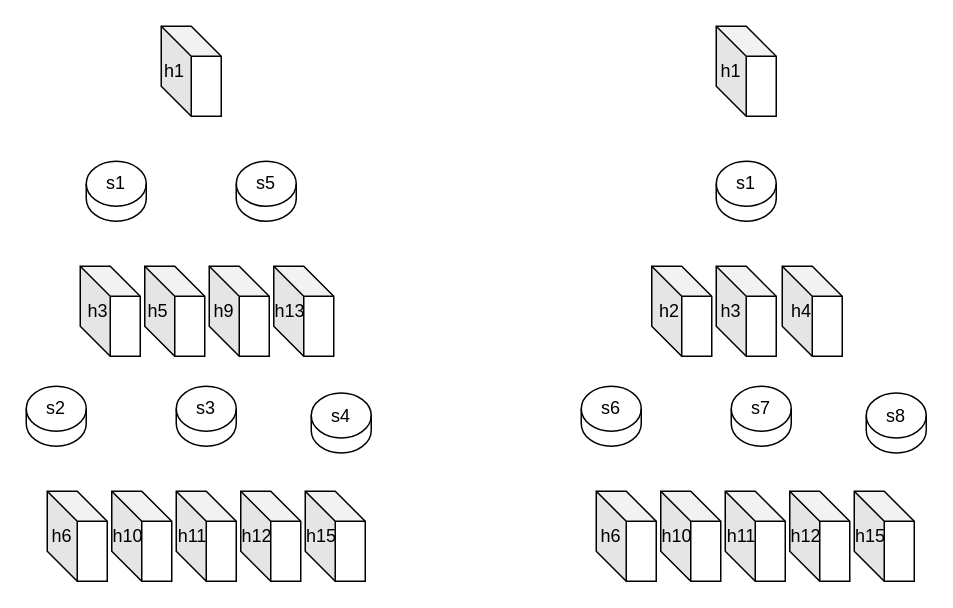
1398111846/paper keeps this draw.io diagram as bcube-route-01.drawio. Above is the earlier version. Source tidied: cells renumbered, new cells numbered last; positions are measured from the earlier drawing's top-left corner, leaving out a move shared by most shapes. Both pictures are drawn from the tidied source at 150%, with x=0, y=0 at pixel (26, 26).
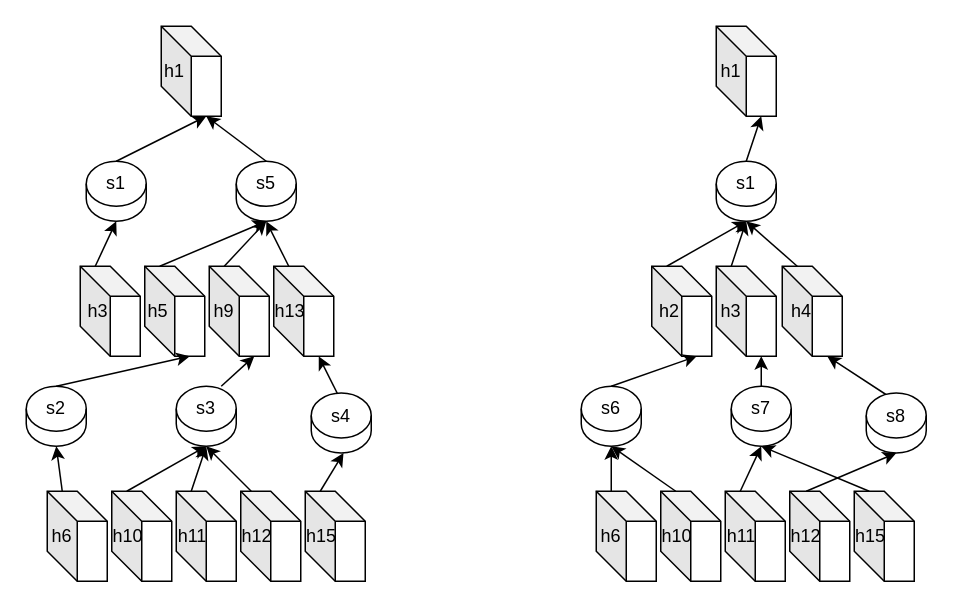
The same page after the edit.

Unchanged cells that the change refers to:
```xml
<mxCell id="2" style="shape=cube;whiteSpace=wrap;html=1;boundedLbl=1;backgroundOutline=1;darkOpacity=0.05;darkOpacity2=0.1;" parent="1" vertex="1">
<mxCell id="3" style="shape=cylinder3;whiteSpace=wrap;html=1;boundedLbl=1;backgroundOutline=1;size=15;" parent="1" vertex="1">
<mxCell id="4" style="shape=cube;whiteSpace=wrap;html=1;boundedLbl=1;backgroundOutline=1;darkOpacity=0.05;darkOpacity2=0.1;" parent="1" vertex="1">
<mxCell id="5" style="shape=cube;whiteSpace=wrap;html=1;boundedLbl=1;backgroundOutline=1;darkOpacity=0.05;darkOpacity2=0.1;" parent="1" vertex="1">
<mxCell id="6" style="shape=cube;whiteSpace=wrap;html=1;boundedLbl=1;backgroundOutline=1;darkOpacity=0.05;darkOpacity2=0.1;" parent="1" vertex="1">
<mxCell id="7" style="shape=cube;whiteSpace=wrap;html=1;boundedLbl=1;backgroundOutline=1;darkOpacity=0.05;darkOpacity2=0.1;" parent="1" vertex="1">
<mxCell id="8" style="shape=cube;whiteSpace=wrap;html=1;boundedLbl=1;backgroundOutline=1;darkOpacity=0.05;darkOpacity2=0.1;" parent="1" vertex="1">
<mxCell id="9" style="shape=cube;whiteSpace=wrap;html=1;boundedLbl=1;backgroundOutline=1;darkOpacity=0.05;darkOpacity2=0.1;" parent="1" vertex="1">
<mxCell id="10" style="shape=cube;whiteSpace=wrap;html=1;boundedLbl=1;backgroundOutline=1;darkOpacity=0.05;darkOpacity2=0.1;" parent="1" vertex="1">
<mxCell id="12" style="shape=cube;whiteSpace=wrap;html=1;boundedLbl=1;backgroundOutline=1;darkOpacity=0.05;darkOpacity2=0.1;" parent="1" vertex="1">
<mxCell id="13" style="shape=cylinder3;whiteSpace=wrap;html=1;boundedLbl=1;backgroundOutline=1;size=15;" parent="1" vertex="1">
<mxCell id="15" style="shape=cylinder3;whiteSpace=wrap;html=1;boundedLbl=1;backgroundOutline=1;size=15;" parent="1" vertex="1">
<mxCell id="16" style="shape=cylinder3;whiteSpace=wrap;html=1;boundedLbl=1;backgroundOutline=1;size=15;" parent="1" vertex="1">
<mxCell id="17" style="shape=cube;whiteSpace=wrap;html=1;boundedLbl=1;backgroundOutline=1;darkOpacity=0.05;darkOpacity2=0.1;" parent="1" vertex="1">
<mxCell id="18" style="shape=cylinder3;whiteSpace=wrap;html=1;boundedLbl=1;backgroundOutline=1;size=15;" parent="1" vertex="1">
<mxCell id="19" style="shape=cube;whiteSpace=wrap;html=1;boundedLbl=1;backgroundOutline=1;darkOpacity=0.05;darkOpacity2=0.1;" parent="1" vertex="1">
<mxCell id="20" style="shape=cube;whiteSpace=wrap;html=1;boundedLbl=1;backgroundOutline=1;darkOpacity=0.05;darkOpacity2=0.1;" parent="1" vertex="1">
<mxCell id="21" style="shape=cube;whiteSpace=wrap;html=1;boundedLbl=1;backgroundOutline=1;darkOpacity=0.05;darkOpacity2=0.1;" parent="1" vertex="1">
<mxCell id="22" style="shape=cylinder3;whiteSpace=wrap;html=1;boundedLbl=1;backgroundOutline=1;size=15;" parent="1" vertex="1">
<mxCell id="23" style="shape=cylinder3;whiteSpace=wrap;html=1;boundedLbl=1;backgroundOutline=1;size=15;" parent="1" vertex="1">
<mxCell id="24" style="shape=cylinder3;whiteSpace=wrap;html=1;boundedLbl=1;backgroundOutline=1;size=15;" parent="1" vertex="1">
<mxCell id="30" style="shape=cube;whiteSpace=wrap;html=1;boundedLbl=1;backgroundOutline=1;darkOpacity=0.05;darkOpacity2=0.1;" parent="1" vertex="1">
<mxCell id="31" style="shape=cube;whiteSpace=wrap;html=1;boundedLbl=1;backgroundOutline=1;darkOpacity=0.05;darkOpacity2=0.1;" parent="1" vertex="1">
<mxCell id="32" style="shape=cube;whiteSpace=wrap;html=1;boundedLbl=1;backgroundOutline=1;darkOpacity=0.05;darkOpacity2=0.1;" parent="1" vertex="1">
<mxCell id="34" style="shape=cube;whiteSpace=wrap;html=1;boundedLbl=1;backgroundOutline=1;darkOpacity=0.05;darkOpacity2=0.1;" parent="1" vertex="1">
<mxCell id="42" value="s4" style="text;html=1;strokeColor=none;fillColor=none;align=center;verticalAlign=middle;whiteSpace=wrap;rounded=0;" parent="1" vertex="1">
<mxCell id="45" value="s8" style="text;html=1;strokeColor=none;fillColor=none;align=center;verticalAlign=middle;whiteSpace=wrap;rounded=0;" parent="1" vertex="1">
```

What changed in the source:
```diff
@@
+    <mxCell id="58" style="endArrow=classic;html=1;entryX=0;entryY=0;entryDx=30;entryDy=60;entryPerimeter=0;exitX=0.5;exitY=0;exitDx=0;exitDy=0;" parent="1" edge="1" source="45" target="21">
+      <mxGeometry relative="1" as="geometry" />
+    </mxCell>
+    <mxCell id="59" style="endArrow=classic;html=1;entryX=0;entryY=0;entryDx=30;entryDy=60;entryPerimeter=0;exitX=0.5;exitY=0;exitDx=0;exitDy=0;" parent="1" edge="1" source="42" target="7">
+      <mxGeometry relative="1" as="geometry" />
+    </mxCell>
@@
+    <mxCell id="60" style="endArrow=classic;html=1;exitX=0;exitY=0;exitDx=10;exitDy=0;exitPerimeter=0;entryX=0.5;entryY=1;entryDx=0;entryDy=0;entryPerimeter=0;" parent="1" edge="1" source="8" target="3">
+      <mxGeometry relative="1" as="geometry" />
+    </mxCell>
+    <mxCell id="61" style="endArrow=classic;html=1;exitX=0;exitY=0;exitDx=10;exitDy=0;exitPerimeter=0;entryX=0.5;entryY=1;entryDx=0;entryDy=0;entryPerimeter=0;" parent="1" edge="1" source="9" target="13">
+      <mxGeometry relative="1" as="geometry" />
+    </mxCell>
+    <mxCell id="62" style="endArrow=classic;html=1;exitX=0;exitY=0;exitDx=10;exitDy=0;exitPerimeter=0;" parent="1" edge="1" source="10">
+      <mxGeometry relative="1" as="geometry">
+        <mxPoint x="120" y="280" as="targetPoint" />
+      </mxGeometry>
+    </mxCell>
+    <mxCell id="63" style="endArrow=classic;html=1;" parent="1" edge="1">
+      <mxGeometry relative="1" as="geometry">
+        <mxPoint x="150" y="310" as="sourcePoint" />
+        <mxPoint x="120" y="280" as="targetPoint" />
+      </mxGeometry>
+    </mxCell>
+    <mxCell id="64" style="endArrow=classic;html=1;exitX=0;exitY=0;exitDx=10;exitDy=0;exitPerimeter=0;entryX=0.5;entryY=1;entryDx=0;entryDy=0;entryPerimeter=0;" parent="1" edge="1" source="12">
+      <mxGeometry relative="1" as="geometry">
+        <mxPoint x="211.5" y="284.5" as="targetPoint" />
+      </mxGeometry>
+    </mxCell>
+    <mxCell id="65" style="endArrow=classic;html=1;exitX=0.5;exitY=0;exitDx=0;exitDy=0;entryX=0;entryY=0;entryDx=30;entryDy=60;entryPerimeter=0;exitPerimeter=0;" parent="1" edge="1" source="3" target="5">
+      <mxGeometry relative="1" as="geometry" />
+    </mxCell>
+    <mxCell id="66" style="endArrow=classic;html=1;entryX=0;entryY=0;entryDx=30;entryDy=60;entryPerimeter=0;" parent="1" edge="1" target="6">
+      <mxGeometry relative="1" as="geometry">
+        <mxPoint x="130" y="240" as="sourcePoint" />
+      </mxGeometry>
+    </mxCell>
+    <mxCell id="67" style="endArrow=classic;html=1;entryX=0.5;entryY=1;entryDx=0;entryDy=0;entryPerimeter=0;exitX=0;exitY=0;exitDx=10;exitDy=0;exitPerimeter=0;" parent="1" edge="1" source="7" target="16">
+      <mxGeometry relative="1" as="geometry" />
+    </mxCell>
+    <mxCell id="68" style="endArrow=classic;html=1;exitX=0;exitY=0;exitDx=10;exitDy=0;exitPerimeter=0;" parent="1" edge="1" source="6">
+      <mxGeometry relative="1" as="geometry">
+        <mxPoint x="160" y="130" as="targetPoint" />
+      </mxGeometry>
+    </mxCell>
+    <mxCell id="69" style="endArrow=classic;html=1;exitX=0;exitY=0;exitDx=10;exitDy=0;exitPerimeter=0;" parent="1" edge="1" source="5">
+      <mxGeometry relative="1" as="geometry">
+        <mxPoint x="160" y="130" as="targetPoint" />
+      </mxGeometry>
+    </mxCell>
+    <mxCell id="70" style="endArrow=classic;html=1;entryX=0.5;entryY=1;entryDx=0;entryDy=0;entryPerimeter=0;exitX=0;exitY=0;exitDx=10;exitDy=0;exitPerimeter=0;" parent="1" edge="1" source="4" target="15">
+      <mxGeometry relative="1" as="geometry" />
+    </mxCell>
+    <mxCell id="71" style="endArrow=classic;html=1;entryX=0;entryY=0;entryDx=30;entryDy=60;entryPerimeter=0;exitX=0.5;exitY=0;exitDx=0;exitDy=0;exitPerimeter=0;" parent="1" edge="1" source="16" target="2">
+      <mxGeometry relative="1" as="geometry" />
+    </mxCell>
+    <mxCell id="72" style="endArrow=classic;html=1;exitX=0.5;exitY=0;exitDx=0;exitDy=0;exitPerimeter=0;" parent="1" edge="1" source="15">
+      <mxGeometry relative="1" as="geometry">
+        <mxPoint x="120" y="60" as="targetPoint" />
+      </mxGeometry>
+    </mxCell>
+    <mxCell id="73" style="endArrow=classic;html=1;exitX=0.5;exitY=0;exitDx=0;exitDy=0;exitPerimeter=0;entryX=0;entryY=0;entryDx=30;entryDy=60;entryPerimeter=0;" parent="1" edge="1" source="24" target="17">
+      <mxGeometry relative="1" as="geometry" />
+    </mxCell>
+    <mxCell id="74" style="endArrow=classic;html=1;exitX=0;exitY=0;exitDx=10;exitDy=0;exitPerimeter=0;entryX=0.5;entryY=1;entryDx=0;entryDy=0;entryPerimeter=0;" parent="1" edge="1" source="19" target="24">
+      <mxGeometry relative="1" as="geometry" />
+    </mxCell>
+    <mxCell id="75" style="endArrow=classic;html=1;exitX=0;exitY=0;exitDx=10;exitDy=0;exitPerimeter=0;" parent="1" edge="1" source="20">
+      <mxGeometry relative="1" as="geometry">
+        <mxPoint x="480" y="130" as="targetPoint" />
+      </mxGeometry>
+    </mxCell>
+    <mxCell id="76" style="endArrow=classic;html=1;exitX=0;exitY=0;exitDx=10;exitDy=0;exitPerimeter=0;entryX=0.5;entryY=1;entryDx=0;entryDy=0;entryPerimeter=0;" parent="1" edge="1" source="21" target="24">
+      <mxGeometry relative="1" as="geometry" />
+    </mxCell>
+    <mxCell id="77" style="endArrow=classic;html=1;exitX=0.5;exitY=0;exitDx=0;exitDy=0;exitPerimeter=0;entryX=0;entryY=0;entryDx=30;entryDy=60;entryPerimeter=0;" parent="1" edge="1" source="18" target="19">
+      <mxGeometry relative="1" as="geometry" />
+    </mxCell>
+    <mxCell id="78" style="endArrow=classic;html=1;exitX=0.5;exitY=0;exitDx=0;exitDy=0;exitPerimeter=0;entryX=0;entryY=0;entryDx=30;entryDy=60;entryPerimeter=0;" parent="1" edge="1" source="22" target="20">
+      <mxGeometry relative="1" as="geometry" />
+    </mxCell>
+    <mxCell id="79" style="endArrow=classic;html=1;exitX=0;exitY=0;exitDx=10;exitDy=0;exitPerimeter=0;entryX=0.5;entryY=1;entryDx=0;entryDy=0;entryPerimeter=0;" parent="1" edge="1" source="30" target="18">
+      <mxGeometry relative="1" as="geometry" />
+    </mxCell>
+    <mxCell id="80" style="endArrow=classic;html=1;exitX=0;exitY=0;exitDx=10;exitDy=0;exitPerimeter=0;entryX=0.5;entryY=1;entryDx=0;entryDy=0;entryPerimeter=0;" parent="1" edge="1" source="31" target="18">
+      <mxGeometry relative="1" as="geometry" />
+    </mxCell>
+    <mxCell id="81" style="endArrow=classic;html=1;exitX=0;exitY=0;exitDx=10;exitDy=0;exitPerimeter=0;entryX=0.5;entryY=1;entryDx=0;entryDy=0;entryPerimeter=0;" parent="1" edge="1" source="32" target="22">
+      <mxGeometry relative="1" as="geometry" />
+    </mxCell>
+    <mxCell id="82" style="endArrow=classic;html=1;exitX=0;exitY=0;exitDx=10;exitDy=0;exitPerimeter=0;" parent="1" edge="1" source="34">
+      <mxGeometry relative="1" as="geometry">
+        <mxPoint x="490" y="280" as="targetPoint" />
+      </mxGeometry>
+    </mxCell>
+    <mxCell id="83" style="endArrow=classic;html=1;entryX=0.5;entryY=1;entryDx=0;entryDy=0;entryPerimeter=0;" parent="1" edge="1" target="23">
+      <mxGeometry relative="1" as="geometry">
+        <mxPoint x="520" y="310" as="sourcePoint" />
+      </mxGeometry>
+    </mxCell>
```
